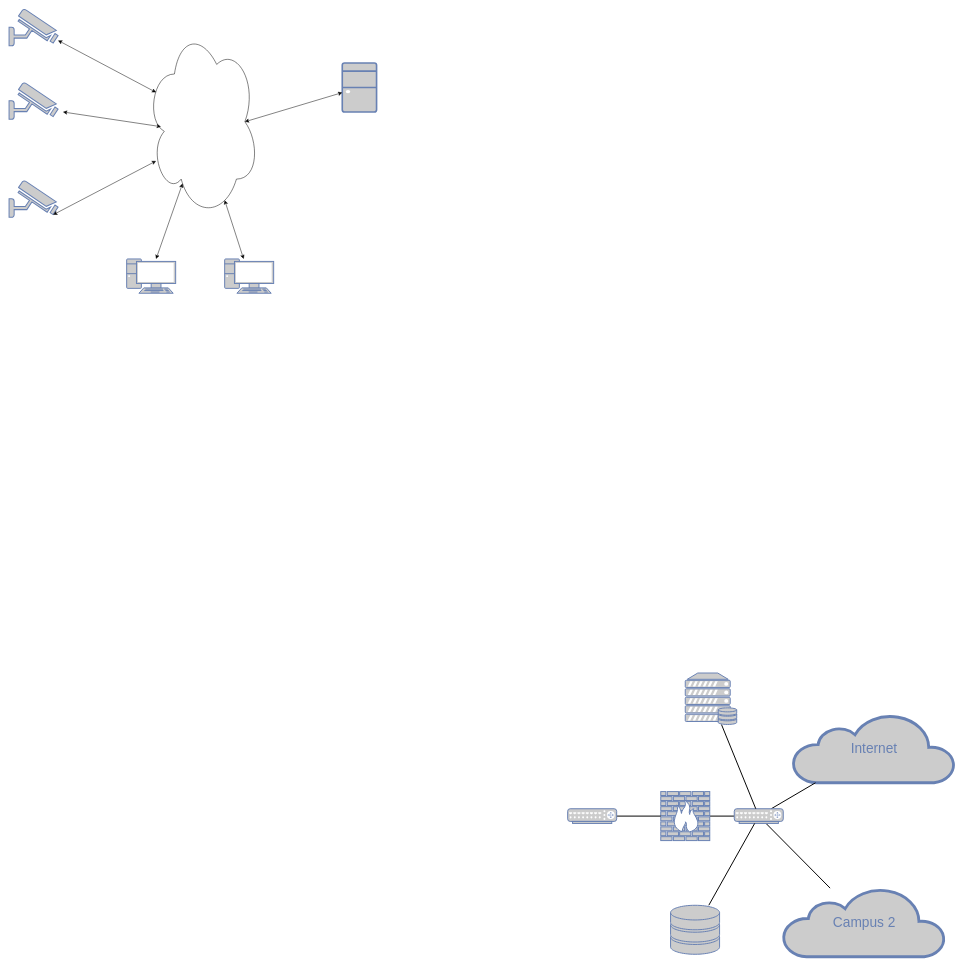
Earlier version of the draw.io diagram proekt video ver 1.drawio (victor1836/view_rss). Source tidied: cells renumbered, new cells numbered last; positions are measured from the earlier drawing's top-left corner, leaving out a move shared by most shapes. Both pictures are drawn from the tidied source at 49%, with x=0, y=0 at pixel (9, 9).
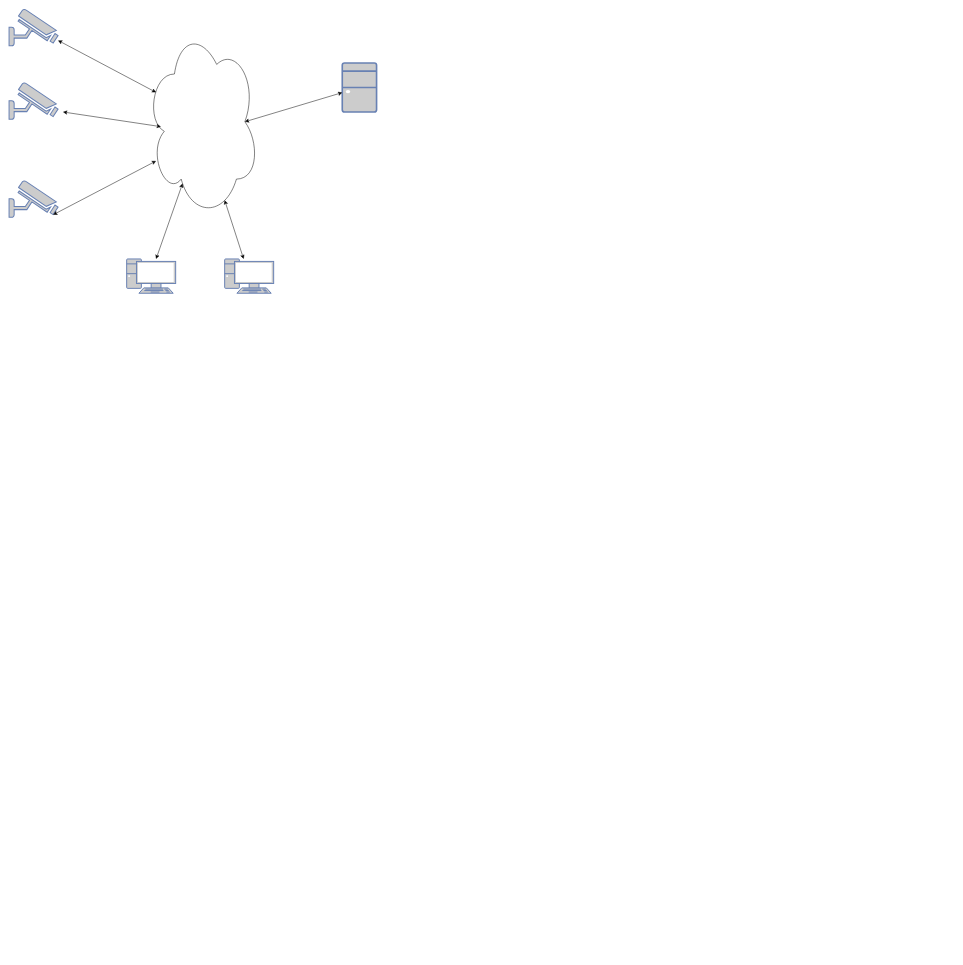
Above is the later version.

The edit, as a diff of the source:
```diff
@@
-    <mxCell id="2" style="edgeStyle=none;html=1;labelBackgroundColor=none;endArrow=none;endFill=0;strokeWidth=2;fontFamily=Verdana;fontSize=28;fontColor=#6881B3;" parent="1" edge="1" source="3" target="9">
-      <mxGeometry relative="1" as="geometry" />
-    </mxCell>
-    <mxCell id="3" style="fontColor=#0066CC;verticalAlign=top;verticalLabelPosition=bottom;labelPosition=center;align=center;html=1;fillColor=#CCCCCC;strokeColor=#6881B3;gradientColor=none;gradientDirection=north;strokeWidth=2;shape=mxgraph.networks.firewall;rounded=0;shadow=0;comic=0;" parent="1" vertex="1">
-      <mxGeometry x="1330" y="1597" width="100" height="100" as="geometry" />
-    </mxCell>
-    <mxCell id="4" style="edgeStyle=none;html=1;labelBackgroundColor=none;endArrow=none;endFill=0;strokeWidth=2;fontFamily=Verdana;fontSize=15;fontColor=#036897;" parent="1" edge="1" source="5" target="3">
-      <mxGeometry relative="1" as="geometry" />
-    </mxCell>
-    <mxCell id="5" style="fontColor=#0066CC;verticalAlign=top;verticalLabelPosition=bottom;labelPosition=center;align=center;html=1;fillColor=#CCCCCC;strokeColor=#6881B3;gradientColor=none;gradientDirection=north;strokeWidth=2;shape=mxgraph.networks.router;rounded=0;shadow=0;comic=0;" parent="1" vertex="1">
-      <mxGeometry x="1140" y="1632" width="100" height="30" as="geometry" />
-    </mxCell>
-    <mxCell id="6" value="Internet" style="html=1;fillColor=#CCCCCC;strokeColor=#6881B3;gradientColor=none;gradientDirection=north;strokeWidth=2;shape=mxgraph.networks.cloud;fontColor=#6881B3;rounded=0;shadow=0;comic=0;align=center;fontSize=28;" parent="1" vertex="1">
-      <mxGeometry x="1600" y="1439" width="330" height="140" as="geometry" />
-    </mxCell>
-    <mxCell id="7" style="edgeStyle=none;html=1;labelBackgroundColor=none;endArrow=none;endFill=0;strokeWidth=2;fontFamily=Verdana;fontSize=28;fontColor=#6881B3;" parent="1" edge="1" source="9" target="6">
-      <mxGeometry relative="1" as="geometry" />
-    </mxCell>
-    <mxCell id="8" style="edgeStyle=none;html=1;labelBackgroundColor=none;endArrow=none;endFill=0;strokeWidth=2;fontFamily=Verdana;fontSize=28;fontColor=#6881B3;" parent="1" edge="1" source="9" target="14">
-      <mxGeometry relative="1" as="geometry" />
-    </mxCell>
-    <mxCell id="9" style="fontColor=#0066CC;verticalAlign=top;verticalLabelPosition=bottom;labelPosition=center;align=center;html=1;fillColor=#CCCCCC;strokeColor=#6881B3;gradientColor=none;gradientDirection=north;strokeWidth=2;shape=mxgraph.networks.router;rounded=0;shadow=0;comic=0;" parent="1" vertex="1">
-      <mxGeometry x="1480" y="1632" width="100" height="30" as="geometry" />
-    </mxCell>
-    <mxCell id="10" style="edgeStyle=none;html=1;labelBackgroundColor=none;endArrow=none;endFill=0;strokeWidth=2;fontFamily=Verdana;fontSize=28;fontColor=#6881B3;" parent="1" edge="1" source="11" target="9">
-      <mxGeometry relative="1" as="geometry" />
-    </mxCell>
-    <mxCell id="11" style="fontColor=#0066CC;verticalAlign=top;verticalLabelPosition=bottom;labelPosition=center;align=center;html=1;fillColor=#CCCCCC;strokeColor=#6881B3;gradientColor=none;gradientDirection=north;strokeWidth=2;shape=mxgraph.networks.storage;rounded=0;shadow=0;comic=0;" parent="1" vertex="1">
-      <mxGeometry x="1350" y="1829" width="100" height="100" as="geometry" />
-    </mxCell>
-    <mxCell id="12" style="edgeStyle=none;html=1;labelBackgroundColor=none;endArrow=none;endFill=0;strokeWidth=2;fontFamily=Verdana;fontSize=28;fontColor=#6881B3;" parent="1" edge="1" source="13" target="9">
-      <mxGeometry relative="1" as="geometry" />
-    </mxCell>
-    <mxCell id="13" style="fontColor=#0066CC;verticalAlign=top;verticalLabelPosition=bottom;labelPosition=center;align=center;html=1;fillColor=#CCCCCC;strokeColor=#6881B3;gradientColor=none;gradientDirection=north;strokeWidth=2;shape=mxgraph.networks.server_storage;rounded=0;shadow=0;comic=0;" parent="1" vertex="1">
-      <mxGeometry x="1380" y="1355" width="105" height="105" as="geometry" />
-    </mxCell>
-    <mxCell id="14" value="Campus 2" style="html=1;fillColor=#CCCCCC;strokeColor=#6881B3;gradientColor=none;gradientDirection=north;strokeWidth=2;shape=mxgraph.networks.cloud;fontColor=#6881B3;rounded=0;shadow=0;comic=0;align=center;fontSize=28;" parent="1" vertex="1">
-      <mxGeometry x="1580" y="1794" width="330" height="140" as="geometry" />
-    </mxCell>
```
